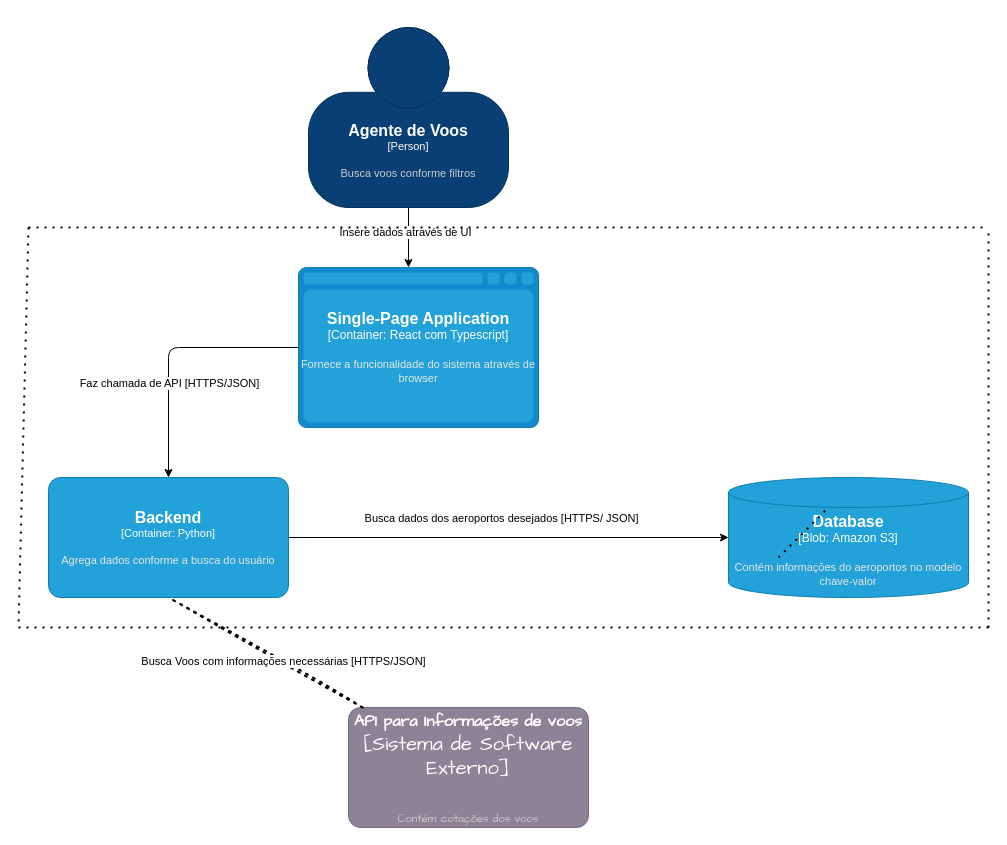
luismomm2110/portfolioCatolica keeps this draw.io diagram as docs/c4-container.drawio. Above is the earlier version. Source tidied: cells renumbered, new cells numbered last; positions are measured from the earlier drawing's top-left corner, leaving out a move shared by most shapes. Both pictures are drawn from the tidied source at 100%, with x=0, y=0 at pixel (18, 27).
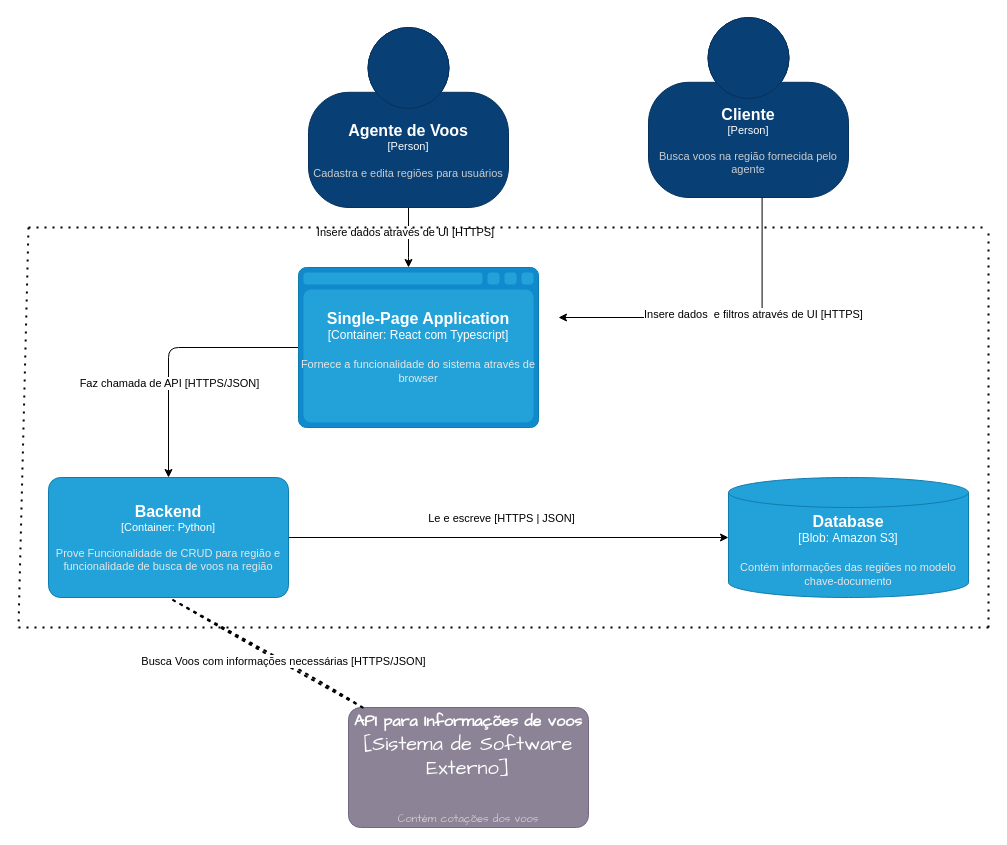
Above is the later version.

Unchanged cells that the change refers to:
```xml
<mxCell id="2" style="edgeStyle=orthogonalEdgeStyle;rounded=0;jettySize=auto;html=1;" parent="1" edge="1" source="4" target="7">
  <mxGeometry relative="1" as="geometry">
    <Array as="points">
      <mxPoint x="390" y="230" />
      <mxPoint x="390" y="230" />
    </Array>
  </mxGeometry>
</mxCell>
<mxCell id="9" style="edgeStyle=orthogonalEdgeStyle;rounded=0;jettySize=auto;html=1;entryX=0;entryY=0.5;entryDx=0;entryDy=0;entryPerimeter=0;" parent="1" edge="1" source="11" target="12">
  <mxGeometry relative="1" as="geometry" />
</mxCell>
```

Diff of the diagram source:
```diff
@@
-    <mxCell id="3" value="Insere dados através de UI" style="edgeLabel;html=1;align=center;verticalAlign=middle;" parent="2" vertex="1">
+    <mxCell id="3" value="Insere dados através de UI [HTTPS]" style="edgeLabel;html=1;align=center;verticalAlign=middle;" parent="2" vertex="1">
       <mxGeometry x="-0.2" y="-4" relative="1" as="geometry" />
     </mxCell>
-    <object id="4" label="&lt;font style=&quot;font-size: 16px&quot;&gt;&lt;b&gt;%c4Name%&lt;/b&gt;&lt;/font&gt;&lt;div&gt;[%c4Type%]&lt;/div&gt;&lt;br&gt;&lt;div&gt;&lt;font style=&quot;font-size: 11px&quot;&gt;&lt;font color=&quot;#cccccc&quot;&gt;%c4Description%&lt;/font&gt;&lt;/div&gt;" c4Description="Busca voos conforme filtros" c4Name="Agente de Voos" c4Type="Person" placeholders="1">
+    <object id="4" label="&lt;font style=&quot;font-size: 16px&quot;&gt;&lt;b&gt;%c4Name%&lt;/b&gt;&lt;/font&gt;&lt;div&gt;[%c4Type%]&lt;/div&gt;&lt;br&gt;&lt;div&gt;&lt;font style=&quot;font-size: 11px&quot;&gt;&lt;font color=&quot;#cccccc&quot;&gt;%c4Description%&lt;/font&gt;&lt;/div&gt;" c4Description="Cadastra e edita regiões para usuários" c4Name="Agente de Voos" c4Type="Person" placeholders="1">
       <mxCell style="html=1;fontSize=11;dashed=0;whiteSpace=wrap;fillColor=#083F75;strokeColor=#06315C;fontColor=#ffffff;shape=mxgraph.c4.person2;align=center;points=[[0.5,0,0],[1,0.5,0],[1,0.75,0],[0.75,1,0],[0.5,1,0],[0.25,1,0],[0,0.75,0],[0,0.5,0]];rounded=1;" parent="1" vertex="1">
         <mxGeometry x="290" width="200" height="180" as="geometry" />
       </mxCell>
     </object>
@@
-    <mxCell id="10" value="Busca dados dos aeroportos desejados [HTTPS/ JSON]" style="edgeLabel;html=1;align=center;verticalAlign=middle;" parent="9" vertex="1">
+    <mxCell id="10" value="Le e escreve [HTTPS | JSON]" style="edgeLabel;html=1;align=center;verticalAlign=middle;" parent="9" vertex="1">
       <mxGeometry x="-0.16" y="-4" relative="1" as="geometry">
         <mxPoint x="27" y="-24" as="offset" />
       </mxGeometry>
     </mxCell>
-    <object id="11" label="&lt;font style=&quot;font-size: 16px&quot;&gt;&lt;b&gt;%c4Name%&lt;/b&gt;&lt;/font&gt;&lt;div&gt;[%c4Type%: %c4Technology%]&lt;/div&gt;&lt;br&gt;&lt;div&gt;&lt;font style=&quot;font-size: 11px&quot;&gt;&lt;font color=&quot;#E6E6E6&quot;&gt;%c4Description%&lt;/font&gt;&lt;/div&gt;" c4Description="Agrega dados conforme a busca do usuário" c4Name="Backend" c4Technology="Python" c4Type="Container" placeholders="1">
+    <object id="11" label="&lt;font style=&quot;font-size: 16px&quot;&gt;&lt;b&gt;%c4Name%&lt;/b&gt;&lt;/font&gt;&lt;div&gt;[%c4Type%: %c4Technology%]&lt;/div&gt;&lt;br&gt;&lt;div&gt;&lt;font style=&quot;font-size: 11px&quot;&gt;&lt;font color=&quot;#E6E6E6&quot;&gt;%c4Description%&lt;/font&gt;&lt;/div&gt;" c4Description="Prove Funcionalidade de CRUD para região e funcionalidade de busca de voos na região" c4Name="Backend" c4Technology="Python" c4Type="Container" placeholders="1">
       <mxCell style="rounded=1;whiteSpace=wrap;html=1;fontSize=11;labelBackgroundColor=none;fillColor=#23A2D9;fontColor=#ffffff;align=center;arcSize=10;strokeColor=#0E7DAD;points=[[0.25,0,0],[0.5,0,0],[0.75,0,0],[1,0.25,0],[1,0.5,0],[1,0.75,0],[0.75,1,0],[0.5,1,0],[0.25,1,0],[0,0.75,0],[0,0.5,0],[0,0.25,0]];" parent="1" vertex="1">
         <mxGeometry x="30" y="450" width="240" height="120" as="geometry" />
       </mxCell>
     </object>
-    <object id="12" label="&lt;font style=&quot;font-size: 16px&quot;&gt;&lt;b&gt;%c4Type%&lt;/b&gt;&lt;/font&gt;&lt;div&gt;[%c4Container%:&amp;nbsp;%c4Technology%]&lt;/div&gt;&lt;br&gt;&lt;div&gt;&lt;font style=&quot;font-size: 11px&quot;&gt;&lt;font color=&quot;#E6E6E6&quot;&gt;%c4Description%&lt;/font&gt;&lt;/div&gt;" c4Container="Blob" c4Description="Contém informações do aeroportos no modelo chave-valor" c4Technology="Amazon S3" c4Type="Database" placeholders="1">
+    <object id="12" label="&lt;font style=&quot;font-size: 16px&quot;&gt;&lt;b&gt;%c4Type%&lt;/b&gt;&lt;/font&gt;&lt;div&gt;[%c4Container%:&amp;nbsp;%c4Technology%]&lt;/div&gt;&lt;br&gt;&lt;div&gt;&lt;font style=&quot;font-size: 11px&quot;&gt;&lt;font color=&quot;#E6E6E6&quot;&gt;%c4Description%&lt;/font&gt;&lt;/div&gt;" c4Container="Blob" c4Description="Contém informações das regiões no modelo chave-documento" c4Technology="Amazon S3" c4Type="Database" placeholders="1">
       <mxCell style="shape=cylinder3;size=15;whiteSpace=wrap;html=1;boundedLbl=1;rounded=1;labelBackgroundColor=none;fillColor=#23A2D9;fontSize=12;fontColor=#ffffff;align=center;strokeColor=#0E7DAD;points=[[0.5,0,0],[1,0.25,0],[1,0.5,0],[1,0.75,0],[0.5,1,0],[0,0.75,0],[0,0.5,0],[0,0.25,0]];" parent="1" vertex="1">
         <mxGeometry x="710" y="450" width="240" height="120" as="geometry" />
       </mxCell>
     </object>
@@
-    <mxCell id="16" style="endArrow=none;dashed=1;html=1;dashPattern=1 3;strokeWidth=2;rounded=0;" parent="1" edge="1">
-      <mxGeometry relative="1" as="geometry">
-        <mxPoint x="760" y="530" as="sourcePoint" />
-        <mxPoint x="810" y="480" as="targetPoint" />
-      </mxGeometry>
-    </mxCell>
@@
+    <object id="21" label="&lt;font style=&quot;font-size: 16px&quot;&gt;&lt;b&gt;%c4Name%&lt;/b&gt;&lt;/font&gt;&lt;div&gt;[%c4Type%]&lt;/div&gt;&lt;br&gt;&lt;div&gt;&lt;font style=&quot;font-size: 11px&quot;&gt;&lt;font color=&quot;#cccccc&quot;&gt;%c4Description%&lt;/font&gt;&lt;/div&gt;" c4Description="Busca voos na região fornecida pelo agente" c4Name="Cliente" c4Type="Person" placeholders="1">
+      <mxCell style="html=1;fontSize=11;dashed=0;whiteSpace=wrap;fillColor=#083F75;strokeColor=#06315C;fontColor=#ffffff;shape=mxgraph.c4.person2;align=center;points=[[0.5,0,0],[1,0.5,0],[1,0.75,0],[0.75,1,0],[0.5,1,0],[0.25,1,0],[0,0.75,0],[0,0.5,0]];rounded=1;" parent="1" vertex="1">
+        <mxGeometry x="630" y="-10" width="200" height="180" as="geometry" />
+      </mxCell>
+    </object>
+    <mxCell id="22" style="edgeStyle=orthogonalEdgeStyle;rounded=0;jettySize=auto;html=1;exitX=0.568;exitY=1;exitDx=0;exitDy=0;exitPerimeter=0;" parent="1" edge="1" source="21">
+      <mxGeometry relative="1" as="geometry">
+        <mxPoint x="540" y="290" as="targetPoint" />
+        <Array as="points">
+          <mxPoint x="744" y="290" />
+        </Array>
+      </mxGeometry>
+    </mxCell>
+    <mxCell id="23" value="Insere dados&amp;nbsp; e filtros através de UI [HTTPS]" style="edgeLabel;html=1;align=center;verticalAlign=middle;" parent="22" vertex="1">
+      <mxGeometry x="-0.2" y="-4" relative="1" as="geometry" />
+    </mxCell>
```
